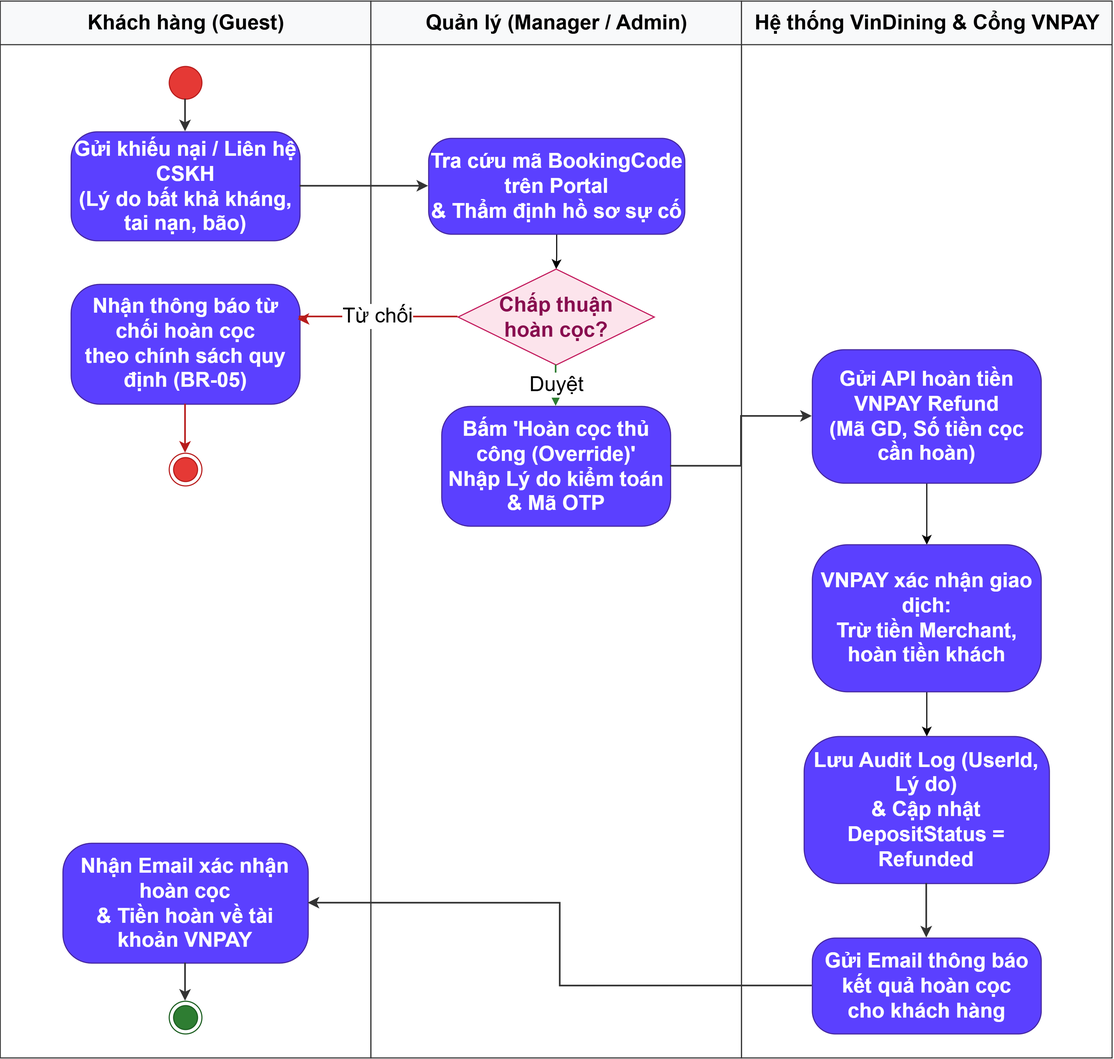
This is docs/phase1/drawio/ad09_manual_refund.drawio.png from AndrewQng/VinDining, a draw.io export, as it was before one commit. Source tidied: cells renumbered, new cells last; positions are measured from the earlier drawing's top-left corner, leaving out a move shared by most shapes.
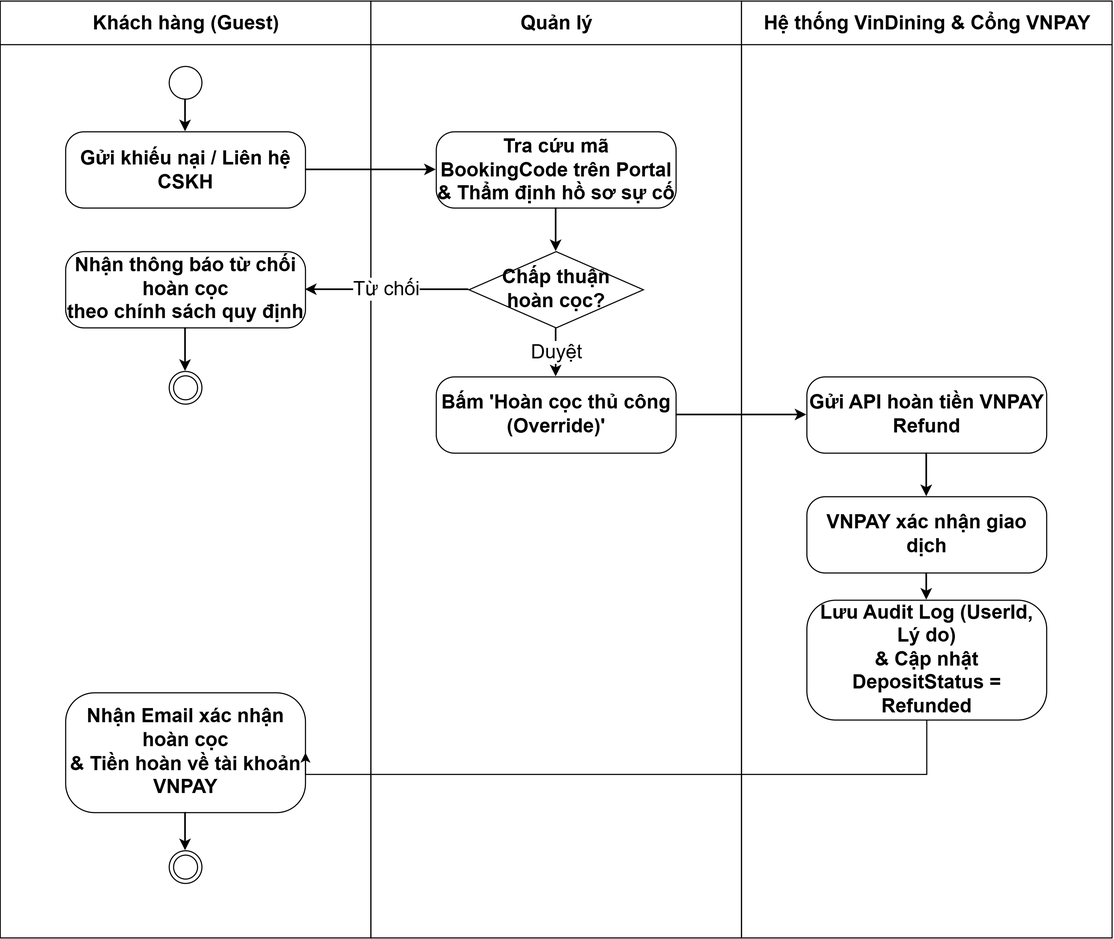
After the commit.

Diff of the diagram source:
```diff
@@ -2,96 +2,87 @@
   <root>
     <mxCell id="0" />
     <mxCell id="1" parent="0" />
-    <mxCell id="2" value="Khách hàng (Guest)" style="swimlane;html=1;startSize=40;horizontal=1;fontStyle=1;fontSize=19;align=center;verticalAlign=middle;fillColor=#f8f9fa;strokeColor=#333333;swimlaneLine=1;" parent="1" vertex="1">
-      <mxGeometry width="340" height="970" as="geometry" />
+    <mxCell id="2" value="Khách hàng (Guest)" style="swimlane;html=1;startSize=40;horizontal=1;fontStyle=1;fontSize=18;align=center;verticalAlign=middle;swimlaneLine=1;" parent="1" vertex="1">
+      <mxGeometry width="340" height="860" as="geometry" />
     </mxCell>
-    <mxCell id="3" style="ellipse;whiteSpace=wrap;html=1;fillColor=#e53935;strokeColor=#b71c1c;fontSize=19;" parent="2" vertex="1">
+    <mxCell id="3" style="ellipse;whiteSpace=wrap;html=1;fontSize=18;" parent="2" vertex="1">
       <mxGeometry x="155" y="60" width="30" height="30" as="geometry" />
     </mxCell>
-    <mxCell id="4" value="Gửi khiếu nại / Liên hệ CSKH&#10;(Lý do bất khả kháng, tai nạn, bão)" style="rounded=1;arcSize=24;whiteSpace=wrap;html=1;fillColor=#5b40ff;strokeColor=#4527a0;fontColor=#ffffff;fontStyle=1;fontSize=19;align=center;verticalAlign=middle;" parent="2" vertex="1">
-      <mxGeometry x="65" y="120" width="210" height="100" as="geometry" />
+    <mxCell id="4" value="Gửi khiếu nại / Liên hệ CSKH" style="rounded=1;arcSize=24;whiteSpace=wrap;html=1;fontStyle=1;fontSize=18;align=center;verticalAlign=middle;" parent="2" vertex="1">
+      <mxGeometry x="60" y="120" width="220" height="70" as="geometry" />
     </mxCell>
+    <mxCell id="6" value="Nhận thông báo từ chối hoàn cọc&#10;theo chính sách quy định" style="rounded=1;arcSize=24;whiteSpace=wrap;html=1;fontStyle=1;fontSize=18;align=center;verticalAlign=middle;" parent="2" vertex="1">
+      <mxGeometry x="60" y="230" width="220" height="70" as="geometry" />
+    </mxCell>
-    <mxCell id="5" style="ellipse;html=1;shape=endState;fillColor=#e53935;strokeColor=#b71c1c;fontSize=19;" parent="2" vertex="1">
-      <mxGeometry x="155" y="415" width="30" height="30" as="geometry" />
+    <mxCell id="5" style="ellipse;html=1;shape=endState;fontSize=18;" parent="2" vertex="1">
+      <mxGeometry x="155" y="340" width="30" height="30" as="geometry" />
     </mxCell>
-    <mxCell id="6" value="Nhận thông báo từ chối hoàn cọc&#10;theo chính sách quy định (BR-05)" style="rounded=1;arcSize=24;whiteSpace=wrap;html=1;fillColor=#5b40ff;strokeColor=#4527a0;fontColor=#ffffff;fontStyle=1;fontSize=19;align=center;verticalAlign=middle;" parent="2" vertex="1">
-      <mxGeometry x="65" y="260" width="210" height="110" as="geometry" />
-    </mxCell>
-    <mxCell id="7" style="edgeStyle=orthogonalEdgeStyle;rounded=0;strokeColor=#b71c1c;strokeWidth=1.5;html=1;fontSize=19;" parent="2" edge="1" source="6">
-      <mxGeometry relative="1" as="geometry">
-        <mxPoint x="170" y="415" as="targetPoint" />
-      </mxGeometry>
-    </mxCell>
-    <mxCell id="8" value="Nhận Email xác nhận hoàn cọc&#10;&amp;amp; Tiền hoàn về tài khoản VNPAY" style="rounded=1;arcSize=24;whiteSpace=wrap;html=1;fillColor=#5b40ff;strokeColor=#4527a0;fontColor=#ffffff;fontStyle=1;fontSize=19;align=center;verticalAlign=middle;" parent="2" vertex="1">
-      <mxGeometry x="57.5" y="773" width="225" height="110" as="geometry" />
+    <mxCell id="8" value="Nhận Email xác nhận hoàn cọc&#10;&amp;amp; Tiền hoàn về tài khoản VNPAY" style="rounded=1;arcSize=24;whiteSpace=wrap;html=1;fontStyle=1;fontSize=18;align=center;verticalAlign=middle;" parent="2" vertex="1">
+      <mxGeometry x="60" y="635" width="220" height="110" as="geometry" />
     </mxCell>
-    <mxCell id="9" style="ellipse;html=1;shape=endState;fillColor=#2e7d32;strokeColor=#1b5e20;fontSize=19;" parent="2" vertex="1">
-      <mxGeometry x="155" y="918" width="30" height="30" as="geometry" />
+    <mxCell id="9" style="ellipse;html=1;shape=endState;fontSize=18;" parent="2" vertex="1">
+      <mxGeometry x="155" y="780" width="30" height="30" as="geometry" />
     </mxCell>
+    <mxCell id="23" style="edgeStyle=orthogonalEdgeStyle;rounded=0;strokeWidth=1.5;html=1;exitX=0.5;exitY=1;entryX=0.5;entryY=0;fontSize=18;" parent="2" edge="1" source="3" target="4">
+      <mxGeometry relative="1" as="geometry" />
+    </mxCell>
+    <mxCell id="7" style="edgeStyle=orthogonalEdgeStyle;rounded=0;strokeWidth=1.5;html=1;exitX=0.5;exitY=1;entryX=0.5;entryY=0;fontSize=18;" parent="2" edge="1" source="6" target="5">
+      <mxGeometry relative="1" as="geometry" />
+    </mxCell>
-    <mxCell id="10" style="edgeStyle=orthogonalEdgeStyle;rounded=0;strokeColor=#333333;strokeWidth=1.5;html=1;fontSize=19;" parent="2" edge="1" source="8" target="9">
+    <mxCell id="10" style="edgeStyle=orthogonalEdgeStyle;rounded=0;strokeWidth=1.5;html=1;exitX=0.5;exitY=1;entryX=0.5;entryY=0;fontSize=18;" parent="2" edge="1" source="8" target="9">
       <mxGeometry relative="1" as="geometry" />
     </mxCell>
-    <mxCell id="11" value="Quản lý (Manager / Admin)" style="swimlane;html=1;startSize=40;horizontal=1;fontStyle=1;fontSize=19;align=center;verticalAlign=middle;fillColor=#f8f9fa;strokeColor=#333333;swimlaneLine=1;" parent="1" vertex="1">
-      <mxGeometry x="340" width="340" height="970" as="geometry" />
+    <mxCell id="11" value="Quản lý" style="swimlane;html=1;startSize=40;horizontal=1;fontStyle=1;fontSize=18;align=center;verticalAlign=middle;swimlaneLine=1;" parent="1" vertex="1">
+      <mxGeometry x="340" width="340" height="860" as="geometry" />
     </mxCell>
-    <mxCell id="12" style="edgeStyle=orthogonalEdgeStyle;rounded=0;jettySize=auto;html=1;entryX=0.5;entryY=0;entryDx=0;entryDy=0;" parent="11" edge="1" source="13" target="14">
-      <mxGeometry relative="1" as="geometry" />
-    </mxCell>
-    <mxCell id="13" value="Tra cứu mã BookingCode trên Portal&#10;&amp;amp; Thẩm định hồ sơ sự cố" style="rounded=1;arcSize=24;whiteSpace=wrap;html=1;fillColor=#5b40ff;strokeColor=#4527a0;fontColor=#ffffff;fontStyle=1;fontSize=19;align=center;verticalAlign=middle;" parent="11" vertex="1">
-      <mxGeometry x="53" y="126" width="235" height="88" as="geometry" />
+    <mxCell id="13" value="Tra cứu mã BookingCode trên Portal&#10;&amp;amp; Thẩm định hồ sơ sự cố" style="rounded=1;arcSize=24;whiteSpace=wrap;html=1;fontStyle=1;fontSize=18;align=center;verticalAlign=middle;" parent="11" vertex="1">
+      <mxGeometry x="60" y="120" width="220" height="70" as="geometry" />
     </mxCell>
-    <mxCell id="14" value="Chấp thuận&#10;hoàn cọc?" style="rhombus;whiteSpace=wrap;html=1;fillColor=#fce4ec;strokeColor=#c2185b;fontColor=#880e4f;fontStyle=1;fontSize=19;align=center;verticalAlign=middle;" parent="11" vertex="1">
-      <mxGeometry x="80" y="246" width="180" height="88" as="geometry" />
+    <mxCell id="14" value="Chấp thuận&#10;hoàn cọc?" style="rhombus;whiteSpace=wrap;html=1;fontStyle=1;fontSize=18;align=center;verticalAlign=middle;" parent="11" vertex="1">
+      <mxGeometry x="90" y="230" width="160" height="70" as="geometry" />
     </mxCell>
-    <mxCell id="15" value="Bấm 'Hoàn cọc thủ công (Override)'&#10;Nhập Lý do kiểm toán &amp;amp; Mã OTP" style="rounded=1;arcSize=24;whiteSpace=wrap;html=1;fillColor=#5b40ff;strokeColor=#4527a0;fontColor=#ffffff;fontStyle=1;fontSize=19;align=center;verticalAlign=middle;" parent="11" vertex="1">
-      <mxGeometry x="65" y="372" width="210" height="110" as="geometry" />
+    <mxCell id="15" value="Bấm 'Hoàn cọc thủ công (Override)'" style="rounded=1;arcSize=24;whiteSpace=wrap;html=1;fontStyle=1;fontSize=18;align=center;verticalAlign=middle;" parent="11" vertex="1">
+      <mxGeometry x="60" y="345" width="220" height="70" as="geometry" />
     </mxCell>
+    <mxCell id="12" style="edgeStyle=orthogonalEdgeStyle;rounded=0;strokeWidth=1.5;html=1;exitX=0.5;exitY=1;entryX=0.5;entryY=0;fontSize=18;" parent="11" edge="1" source="13" target="14">
+      <mxGeometry relative="1" as="geometry" />
+    </mxCell>
-    <mxCell id="16" value="Duyệt" style="edgeStyle=orthogonalEdgeStyle;rounded=0;strokeColor=#2e7d32;strokeWidth=1.5;html=1;fontSize=19;labelBackgroundColor=#ffffff;exitX=0.5;exitY=1;entryX=0.5;entryY=0;" parent="11" edge="1" source="14" target="15">
+    <mxCell id="16" value="Duyệt" style="edgeStyle=orthogonalEdgeStyle;rounded=0;strokeWidth=1.5;html=1;fontSize=18;labelBackgroundColor=#ffffff;exitX=0.5;exitY=1;entryX=0.5;entryY=0;" parent="11" edge="1" source="14" target="15">
       <mxGeometry relative="1" as="geometry" />
     </mxCell>
-    <mxCell id="17" value="Hệ thống VinDining &amp;amp; Cổng VNPAY" style="swimlane;html=1;startSize=40;horizontal=1;fontStyle=1;fontSize=19;align=center;verticalAlign=middle;fillColor=#f8f9fa;strokeColor=#333333;swimlaneLine=1;" parent="1" vertex="1">
-      <mxGeometry x="680" width="340" height="970" as="geometry" />
+    <mxCell id="17" value="Hệ thống VinDining &amp;amp; Cổng VNPAY" style="swimlane;html=1;startSize=40;horizontal=1;fontStyle=1;fontSize=18;align=center;verticalAlign=middle;swimlaneLine=1;" parent="1" vertex="1">
+      <mxGeometry x="680" width="340" height="860" as="geometry" />
     </mxCell>
-    <mxCell id="18" style="edgeStyle=orthogonalEdgeStyle;rounded=0;jettySize=auto;html=1;entryX=0.5;entryY=0;entryDx=0;entryDy=0;" parent="17" edge="1" source="19" target="21">
-      <mxGeometry relative="1" as="geometry" />
-    </mxCell>
-    <mxCell id="19" value="Gửi API hoàn tiền VNPAY Refund&#10;(Mã GD, Số tiền cọc cần hoàn)" style="rounded=1;arcSize=24;whiteSpace=wrap;html=1;fillColor=#5b40ff;strokeColor=#4527a0;fontColor=#ffffff;fontStyle=1;fontSize=19;align=center;verticalAlign=middle;" parent="17" vertex="1">
-      <mxGeometry x="65" y="320" width="210" height="122.5" as="geometry" />
+    <mxCell id="19" value="Gửi API hoàn tiền VNPAY Refund" style="rounded=1;arcSize=24;whiteSpace=wrap;html=1;fontStyle=1;fontSize=18;align=center;verticalAlign=middle;" parent="17" vertex="1">
+      <mxGeometry x="60" y="345" width="220" height="70" as="geometry" />
     </mxCell>
-    <mxCell id="20" style="edgeStyle=orthogonalEdgeStyle;rounded=0;jettySize=auto;html=1;" parent="17" edge="1" source="21" target="22">
-      <mxGeometry relative="1" as="geometry" />
-    </mxCell>
-    <mxCell id="21" value="VNPAY xác nhận giao dịch:&#10;Trừ tiền Merchant, hoàn tiền khách" style="rounded=1;arcSize=24;whiteSpace=wrap;html=1;fillColor=#5b40ff;strokeColor=#4527a0;fontColor=#ffffff;fontStyle=1;fontSize=19;align=center;verticalAlign=middle;" parent="17" vertex="1">
-      <mxGeometry x="65" y="499" width="210" height="135" as="geometry" />
+    <mxCell id="21" value="VNPAY xác nhận giao dịch" style="rounded=1;arcSize=24;whiteSpace=wrap;html=1;fontStyle=1;fontSize=18;align=center;verticalAlign=middle;" parent="17" vertex="1">
+      <mxGeometry x="60" y="455" width="220" height="70" as="geometry" />
     </mxCell>
-    <mxCell id="22" value="Lưu Audit Log (UserId, Lý do)&#10;&amp;amp; Cập nhật DepositStatus = Refunded" style="rounded=1;arcSize=24;whiteSpace=wrap;html=1;fillColor=#5b40ff;strokeColor=#4527a0;fontColor=#ffffff;fontStyle=1;fontSize=19;align=center;verticalAlign=middle;" parent="17" vertex="1">
-      <mxGeometry x="57.5" y="675" width="225" height="135" as="geometry" />
+    <mxCell id="22" value="Lưu Audit Log (UserId, Lý do)&#10;&amp;amp; Cập nhật DepositStatus = Refunded" style="rounded=1;arcSize=24;whiteSpace=wrap;html=1;fontStyle=1;fontSize=18;align=center;verticalAlign=middle;" parent="17" vertex="1">
+      <mxGeometry x="60" y="550" width="220" height="110" as="geometry" />
     </mxCell>
-    <mxCell id="23" style="edgeStyle=orthogonalEdgeStyle;rounded=0;strokeColor=#333333;strokeWidth=1.5;html=1;fontSize=19;" parent="1" edge="1" source="3" target="4">
-      <mxGeometry relative="1" as="geometry" />
-    </mxCell>
+    <mxCell id="18" style="edgeStyle=orthogonalEdgeStyle;rounded=0;strokeWidth=1.5;html=1;exitX=0.5;exitY=1;entryX=0.5;entryY=0;fontSize=18;" parent="17" edge="1" source="19" target="21">
+      <mxGeometry relative="1" as="geometry" />
+    </mxCell>
+    <mxCell id="20" style="edgeStyle=orthogonalEdgeStyle;rounded=0;strokeWidth=1.5;html=1;exitX=0.5;exitY=1;entryX=0.5;entryY=0;fontSize=18;" parent="17" edge="1" source="21" target="22">
+      <mxGeometry relative="1" as="geometry" />
+    </mxCell>
-    <mxCell id="24" style="edgeStyle=orthogonalEdgeStyle;rounded=0;strokeColor=#333333;strokeWidth=1.5;html=1;exitX=1;exitY=0.5;entryX=0;entryY=0.5;fontSize=19;" parent="1" edge="1" source="4" target="13">
+    <mxCell id="24" style="edgeStyle=orthogonalEdgeStyle;rounded=0;strokeWidth=1.5;html=1;exitX=1;exitY=0.5;entryX=0;entryY=0.5;fontSize=18;" parent="1" edge="1" source="4" target="13">
       <mxGeometry relative="1" as="geometry" />
     </mxCell>
-    <mxCell id="25" value="Từ chối" style="edgeStyle=orthogonalEdgeStyle;rounded=0;strokeColor=#b71c1c;strokeWidth=1.5;html=1;fontSize=19;labelBackgroundColor=#ffffff;exitX=0;exitY=0.5;entryX=0.992;entryY=0.295;entryDx=0;entryDy=0;entryPerimeter=0;" parent="1" edge="1" source="14" target="6">
-      <mxGeometry relative="1" as="geometry">
-        <Array as="points">
-          <mxPoint x="275" y="290" />
-          <mxPoint x="275" y="292.5" />
-        </Array>
-      </mxGeometry>
+    <mxCell id="25" value="Từ chối" style="edgeStyle=orthogonalEdgeStyle;rounded=0;strokeWidth=1.5;html=1;fontSize=18;labelBackgroundColor=#ffffff;exitX=0;exitY=0.5;entryX=1;entryY=0.5;" parent="1" edge="1" source="14" target="6">
+      <mxGeometry relative="1" as="geometry" />
     </mxCell>
-    <mxCell id="26" style="edgeStyle=orthogonalEdgeStyle;rounded=0;strokeColor=#333333;strokeWidth=1.5;html=1;exitX=1;exitY=0.5;entryX=0;entryY=0.5;fontSize=19;" parent="1" edge="1" source="15" target="19">
+    <mxCell id="26" style="edgeStyle=orthogonalEdgeStyle;rounded=0;strokeWidth=1.5;html=1;exitX=1;exitY=0.5;entryX=0;entryY=0.5;fontSize=18;" parent="1" edge="1" source="15" target="19">
       <mxGeometry relative="1" as="geometry" />
     </mxCell>
-    <mxCell id="27" style="edgeStyle=orthogonalEdgeStyle;rounded=0;strokeColor=#333333;strokeWidth=1.5;html=1;exitX=0;exitY=0.5;entryX=1;entryY=0.5;fontSize=19;" parent="1" edge="1" source="28" target="8">
-      <mxGeometry relative="1" as="geometry" />
-    </mxCell>
-    <mxCell id="28" value="Gửi Email thông báo kết quả hoàn cọc&#10;cho khách hàng" style="rounded=1;arcSize=24;whiteSpace=wrap;html=1;fillColor=#5b40ff;strokeColor=#4527a0;fontColor=#ffffff;fontStyle=1;fontSize=19;align=center;verticalAlign=middle;" parent="1" vertex="1">
-      <mxGeometry x="745" y="860" width="210" height="88" as="geometry" />
-    </mxCell>
-    <mxCell id="29" style="edgeStyle=orthogonalEdgeStyle;rounded=0;strokeColor=#333333;strokeWidth=1.5;html=1;fontSize=19;" parent="1" edge="1" source="22" target="28">
-      <mxGeometry relative="1" as="geometry" />
-    </mxCell>
+    <mxCell id="30" style="edgeStyle=orthogonalEdgeStyle;rounded=0;jettySize=auto;html=1;entryX=1;entryY=0.5;entryDx=0;entryDy=0;" parent="1" edge="1" source="22" target="8">
+      <mxGeometry relative="1" as="geometry">
+        <Array as="points">
+          <mxPoint x="850" y="710" />
+        </Array>
+      </mxGeometry>
+    </mxCell>
   </root>
 </mxGraphModel>
```
